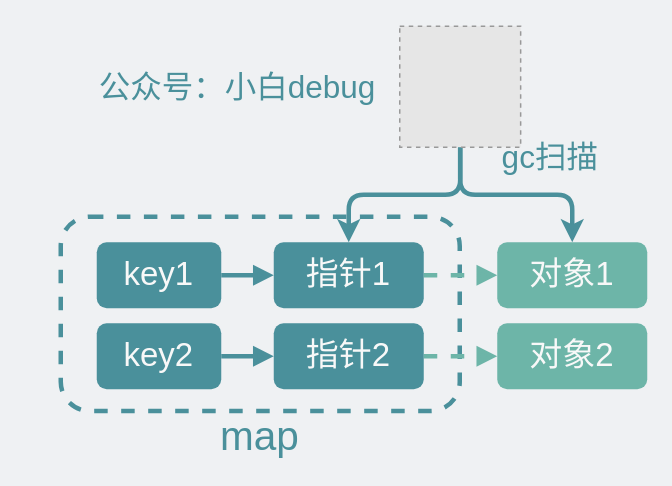
Before: network/gc扫描指针对象.drawio in xiaobaiTech/image, a draw.io diagram. Source tidied: cells renumbered, new cells numbered last; positions are measured from the earlier drawing's top-left corner, leaving out a move shared by most shapes. Both pictures are drawn from the tidied source at 150%, with x=0, y=0 at pixel (26, 26). Pictures stored in the file or linked from it are replaced by grey dashed boxes.
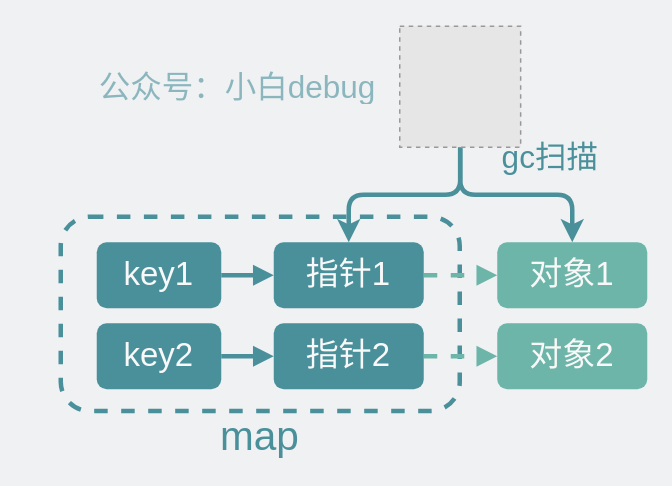
After the change.

Commit message:
更新gc扫描指针对象.drawio

The edit, as a diff of the source:
```diff
@@
 <mxGraphModel background="#EFF1F3">
   <root>
     <mxCell id="0" />
     <mxCell id="1" parent="0" />
-    <mxCell id="2" value="&lt;font color=&quot;#4a909b&quot; style=&quot;font-size: 21px;&quot;&gt;公众号：小白debug&lt;/font&gt;" style="text;html=1;strokeColor=none;fillColor=none;align=center;verticalAlign=middle;whiteSpace=wrap;rounded=0;fontSize=16;" parent="1" vertex="1">
+    <mxCell id="2" value="&lt;font color=&quot;#4a909b&quot; style=&quot;font-size: 21px;&quot;&gt;公众号：小白debug&lt;/font&gt;" style="text;html=1;strokeColor=none;fillColor=none;align=center;verticalAlign=middle;whiteSpace=wrap;rounded=0;fontSize=16;opacity=60;textOpacity=60;" parent="1" vertex="1">
       <mxGeometry y="25.3" width="282" height="30" as="geometry" />
     </mxCell>
     <mxCell id="3" style="rounded=1;whiteSpace=wrap;html=1;fillColor=none;strokeWidth=3;strokeColor=#4A909B;dashed=1;" parent="1" vertex="1">
       <mxGeometry x="23" y="127" width="266" height="129.5" as="geometry" />
     </mxCell>
     <mxCell id="4" style="edgeStyle=orthogonalEdgeStyle;rounded=0;jettySize=auto;html=1;exitX=1;exitY=0.5;exitDx=0;exitDy=0;endArrow=block;endFill=1;strokeColor=#4A909B;strokeWidth=3;fontSize=22;" parent="1" edge="1" source="5" target="7">
       <mxGeometry relative="1" as="geometry" />
     </mxCell>
     <mxCell id="5" value="key1" style="rounded=1;whiteSpace=wrap;html=1;fillColor=#4A909B;fontColor=#F8F8F8;strokeColor=none;fontSize=22;" parent="1" vertex="1">
       <mxGeometry x="47" y="144" width="83" height="44" as="geometry" />
     </mxCell>
     <mxCell id="6" style="edgeStyle=orthogonalEdgeStyle;rounded=0;jettySize=auto;html=1;exitX=1;exitY=0.5;exitDx=0;exitDy=0;endArrow=block;endFill=1;strokeWidth=3;strokeColor=#6DB5A8;dashed=1;" parent="1" edge="1" source="7" target="14">
       <mxGeometry relative="1" as="geometry" />
     </mxCell>
     <mxCell id="7" value="&lt;font style=&quot;font-size: 22px;&quot;&gt;指针1&lt;/font&gt;" style="rounded=1;whiteSpace=wrap;html=1;fillColor=#4A909B;fontColor=#F8F8F8;strokeColor=none;fontSize=22;" parent="1" vertex="1">
       <mxGeometry x="165" y="144" width="100" height="44" as="geometry" />
     </mxCell>
     <mxCell id="8" style="edgeStyle=orthogonalEdgeStyle;rounded=0;jettySize=auto;html=1;exitX=1;exitY=0.5;exitDx=0;exitDy=0;endArrow=block;endFill=1;strokeColor=#4A909B;strokeWidth=3;fontSize=22;" parent="1" edge="1" source="9" target="11">
       <mxGeometry relative="1" as="geometry" />
     </mxCell>
     <mxCell id="9" value="&lt;font style=&quot;font-size: 22px;&quot;&gt;key2&lt;/font&gt;" style="rounded=1;whiteSpace=wrap;html=1;fillColor=#4A909B;fontColor=#F8F8F8;strokeColor=none;fontSize=22;" parent="1" vertex="1">
       <mxGeometry x="47" y="198" width="83" height="44" as="geometry" />
     </mxCell>
     <mxCell id="10" style="edgeStyle=orthogonalEdgeStyle;rounded=0;jettySize=auto;html=1;exitX=1;exitY=0.5;exitDx=0;exitDy=0;entryX=0;entryY=0.5;entryDx=0;entryDy=0;endArrow=block;endFill=1;strokeWidth=3;strokeColor=#6DB5A8;dashed=1;" parent="1" edge="1" source="11" target="15">
       <mxGeometry relative="1" as="geometry" />
     </mxCell>
     <mxCell id="11" value="&lt;font style=&quot;font-size: 22px;&quot;&gt;指针2&lt;/font&gt;" style="rounded=1;whiteSpace=wrap;html=1;fillColor=#4A909B;fontColor=#F8F8F8;strokeColor=none;fontSize=22;" parent="1" vertex="1">
       <mxGeometry x="165" y="198" width="100" height="44" as="geometry" />
     </mxCell>
     <mxCell id="12" value="&lt;font color=&quot;#4a909b&quot; style=&quot;font-size: 27px;&quot;&gt;map&lt;/font&gt;" style="text;html=1;strokeColor=none;fillColor=none;align=center;verticalAlign=middle;whiteSpace=wrap;rounded=0;" parent="1" vertex="1">
       <mxGeometry x="126" y="258.5" width="60" height="30" as="geometry" />
     </mxCell>
     <mxCell id="13" value="&lt;font color=&quot;#4a909b&quot; style=&quot;font-size: 21px;&quot;&gt;gc扫描&lt;/font&gt;" style="text;html=1;strokeColor=none;fillColor=none;align=center;verticalAlign=middle;whiteSpace=wrap;rounded=0;" parent="1" vertex="1">
       <mxGeometry x="296" y="72" width="107.4" height="30" as="geometry" />
     </mxCell>
     <mxCell id="14" value="对象1" style="rounded=1;whiteSpace=wrap;html=1;fillColor=#6DB5A8;fontColor=#F8F8F8;strokeColor=none;fontSize=22;" parent="1" vertex="1">
       <mxGeometry x="314" y="144" width="100" height="44" as="geometry" />
     </mxCell>
     <mxCell id="15" value="对象2" style="rounded=1;whiteSpace=wrap;html=1;fillColor=#6DB5A8;fontColor=#F8F8F8;strokeColor=none;fontSize=22;" parent="1" vertex="1">
       <mxGeometry x="314" y="198" width="100" height="44" as="geometry" />
     </mxCell>
     <mxCell id="16" style="edgeStyle=orthogonalEdgeStyle;rounded=1;jettySize=auto;html=1;exitX=0.5;exitY=1;exitDx=0;exitDy=0;entryX=0.5;entryY=0;entryDx=0;entryDy=0;curved=0;strokeColor=#4A909B;strokeWidth=3;" parent="1" edge="1" source="18" target="7">
       <mxGeometry relative="1" as="geometry" />
     </mxCell>
     <mxCell id="17" style="edgeStyle=orthogonalEdgeStyle;rounded=1;jettySize=auto;html=1;exitX=0.5;exitY=1;exitDx=0;exitDy=0;curved=0;strokeColor=#4A909B;strokeWidth=3;" parent="1" edge="1" source="18" target="14">
       <mxGeometry relative="1" as="geometry" />
     </mxCell>
     <mxCell id="18" style="fillColor=#E6E6E6;strokeColor=#999999;dashed=1;verticalLabelPosition=bottom;labelBackgroundColor=default;verticalAlign=top;" parent="1" vertex="1">
       <mxGeometry x="249" width="80.6" height="80.6" as="geometry" />
     </mxCell>
   </root>
 </mxGraphModel>
```
